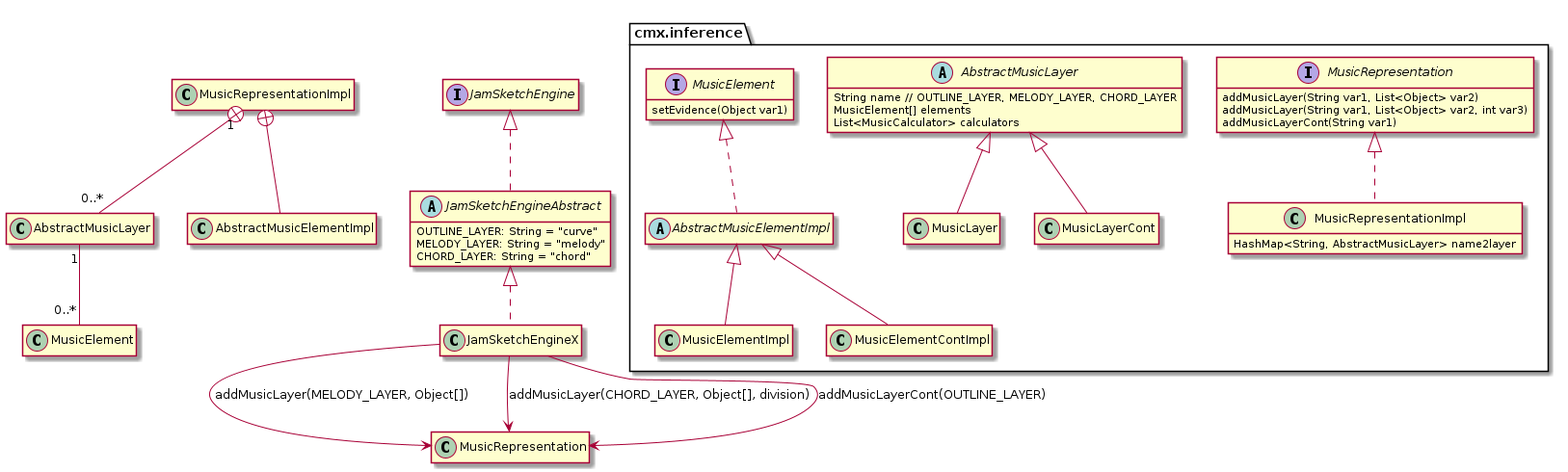
Above: diagrams/JamSketch-Class-MusicRepresentation.png in kitaharalab/JamSketch (PlantUML), before the change.
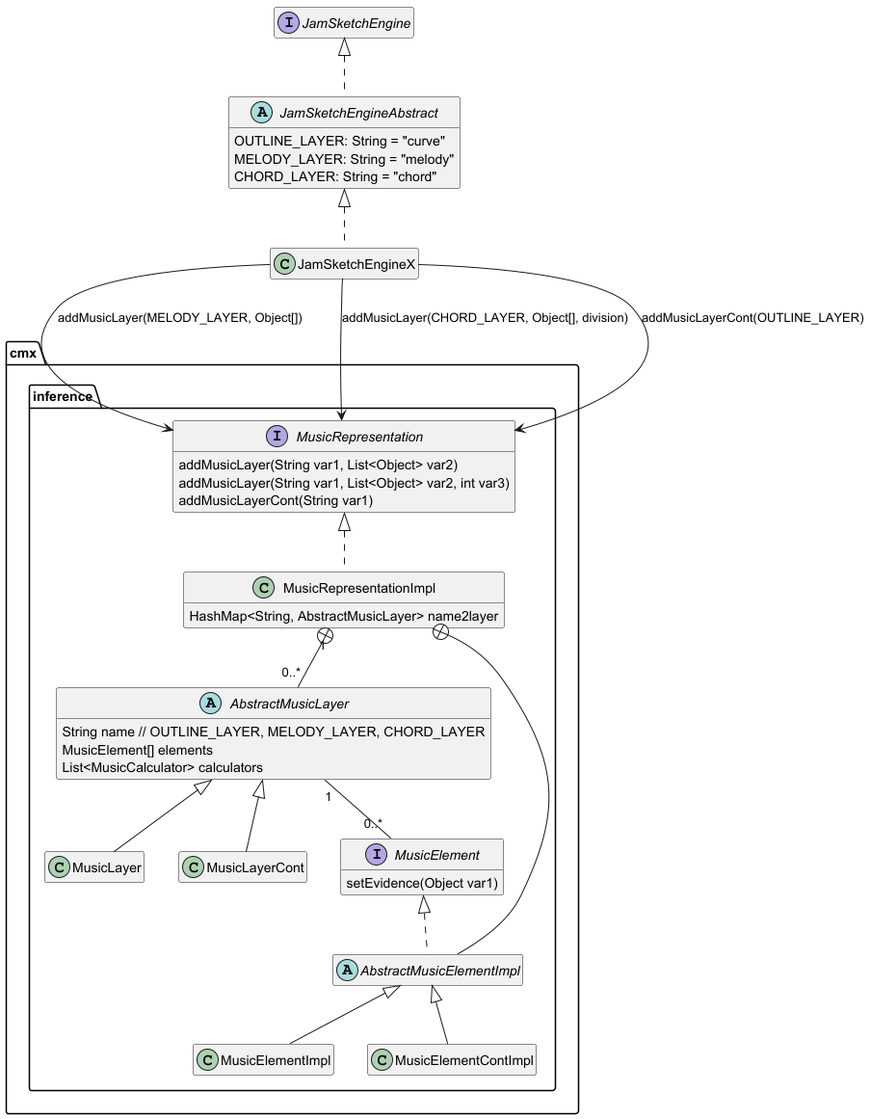
Later version of the same file.

Diff of the diagram source:
```diff
@@ -1,29 +1,33 @@
 @startuml
 hide empty members
 
-interface cmx.inference.MusicRepresentation {
-    addMusicLayer(String var1, List<Object> var2)
-    addMusicLayer(String var1, List<Object> var2, int var3)
-    addMusicLayerCont(String var1)
+package "cmx" {
+    package "inference" {
+        interface MusicRepresentation {
+            addMusicLayer(String var1, List<Object> var2)
+            addMusicLayer(String var1, List<Object> var2, int var3)
+            addMusicLayerCont(String var1)
+        }
+        class MusicRepresentationImpl implements MusicRepresentation {
+            HashMap<String, AbstractMusicLayer> name2layer
+        }
+        abstract class AbstractMusicLayer {
+            String name // OUTLINE_LAYER, MELODY_LAYER, CHORD_LAYER
+            MusicElement[] elements
+            List<MusicCalculator> calculators
+        }
+        class MusicLayer extends cmx.inference.AbstractMusicLayer
+        class MusicLayerCont extends cmx.inference.AbstractMusicLayer
+        interface MusicElement {
+            setEvidence(Object var1)
+        }
+        abstract class AbstractMusicElementImpl implements cmx.inference.MusicElement
+        class MusicElementImpl extends cmx.inference.AbstractMusicElementImpl
+        class MusicElementContImpl extends cmx.inference.AbstractMusicElementImpl
+    }
 }
-class cmx.inference.MusicRepresentationImpl implements cmx.inference.MusicRepresentation {
-    HashMap<String, AbstractMusicLayer> name2layer
-}
-abstract class cmx.inference.AbstractMusicLayer {
-    String name // OUTLINE_LAYER, MELODY_LAYER, CHORD_LAYER
-    MusicElement[] elements
-    List<MusicCalculator> calculators
-}
-class cmx.inference.MusicLayer extends cmx.inference.AbstractMusicLayer
-class cmx.inference.MusicLayerCont extends cmx.inference.AbstractMusicLayer
+
 MusicRepresentationImpl "1" +-- "0..*" AbstractMusicLayer
-
-interface cmx.inference.MusicElement {
-    setEvidence(Object var1)
-}
-abstract class cmx.inference.AbstractMusicElementImpl implements cmx.inference.MusicElement
-class cmx.inference.MusicElementImpl extends cmx.inference.AbstractMusicElementImpl
-class cmx.inference.MusicElementContImpl extends cmx.inference.AbstractMusicElementImpl
 MusicRepresentationImpl +-- AbstractMusicElementImpl
 AbstractMusicLayer "1" -- "0..*" MusicElement
 
```
